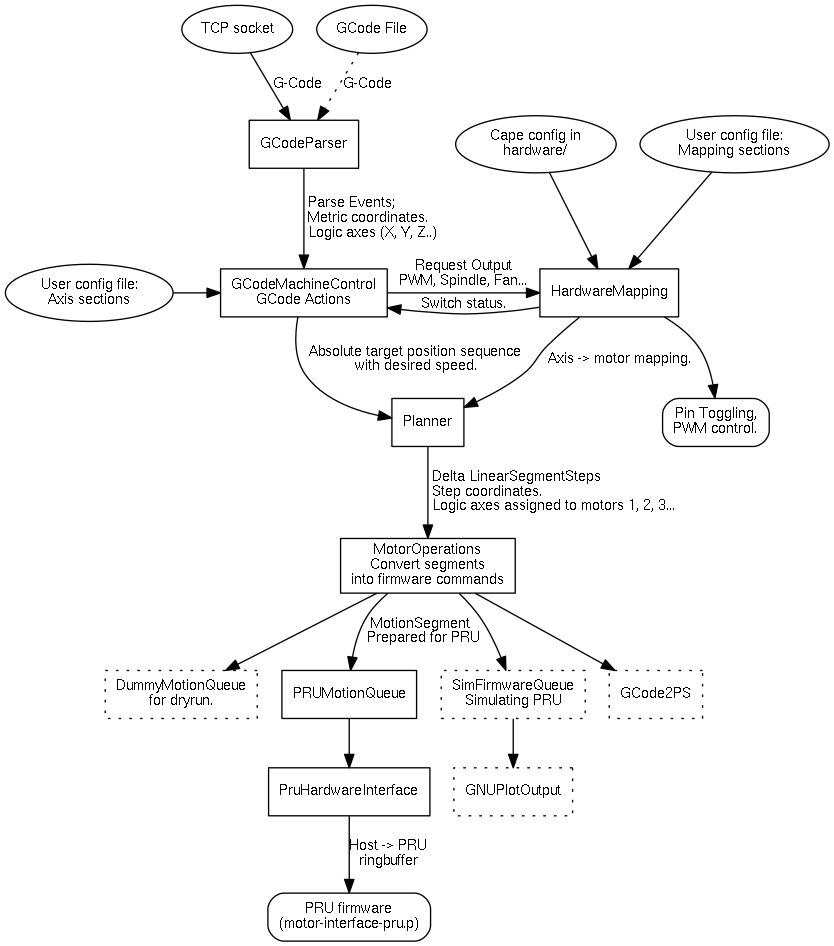
The Graphviz diagram img/machine-control.png in hzeller/beagleg, before a commit. Its source is kept beside it as img/machine-control.dot.
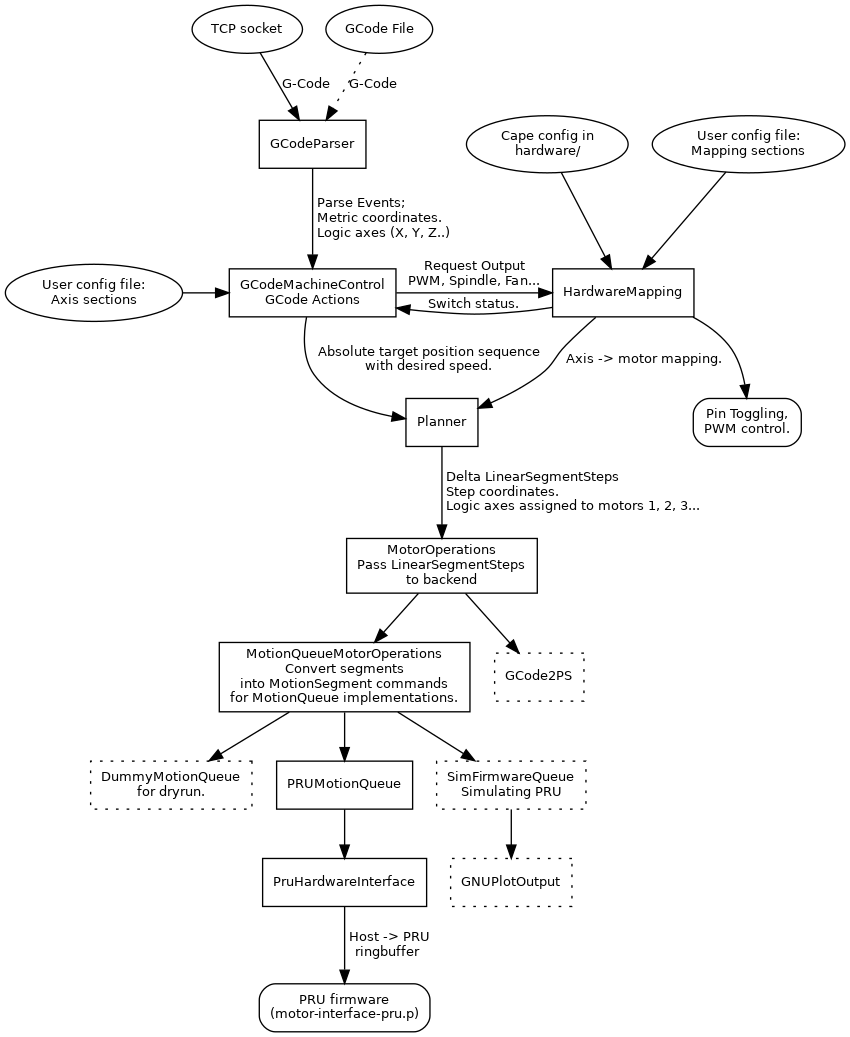
After the commit.

Commit message:
Clarify documentation w.r.t MotionQueueMotorOperations.

The edit, as a diff of the source:
```diff
@@ -13,11 +13,16 @@
 		GCodeMachineControl [ label = "GCodeMachineControl\nGCode Actions"];
 		HardwareMapping;
 		Planner;
-		MotorOperations  [label = "MotorOperations\nConvert segments\ninto firmware commands"];
+
+		MotorOperations  [label = "MotorOperations\nPass LinearSegmentSteps\nto backend"];
+
+		MotionQueueMotorOperations  [label = "MotionQueueMotorOperations\nConvert segments\ninto MotionSegment commands\nfor MotionQueue implementations."];
+
 		DummyMotionQueue [label = "DummyMotionQueue\nfor dryrun.", style=dotted];
 		PRUMotionQueue;
 		SimFirmwareQueue [label = "SimFirmwareQueue\nSimulating PRU", style=dotted];
 		GCode2PS [ style=dotted];
+
 		PruHardwareInterface;
 	}
 
@@ -44,12 +49,13 @@
 		GCodeMachineControl -> Planner [ label=" Absolute target position sequence\l with desired speed." ];
 
 		Planner -> MotorOperations [ label = " Delta LinearSegmentSteps\l Step coordinates.\l Logic axes assigned to motors 1, 2, 3..." ]
-		MotorOperations -> PRUMotionQueue [ label = " MotionSegment\lPrepared for PRU"]
-		MotorOperations -> SimFirmwareQueue -> GNUPlotOutput;
-		MotorOperations -> DummyMotionQueue;
+		MotorOperations -> MotionQueueMotorOperations
+		MotionQueueMotorOperations -> PRUMotionQueue;
+		MotionQueueMotorOperations -> SimFirmwareQueue -> GNUPlotOutput;
+		MotionQueueMotorOperations -> DummyMotionQueue;
 		MotorOperations -> GCode2PS;
 		PRUMotionQueue -> PruHardwareInterface;
-		PruHardwareInterface -> PRU [ label = "Host -> PRU\lringbuffer"];
+		PruHardwareInterface -> PRU [ label = " Host -> PRU\lringbuffer"];
 	}
 
 	{
```
